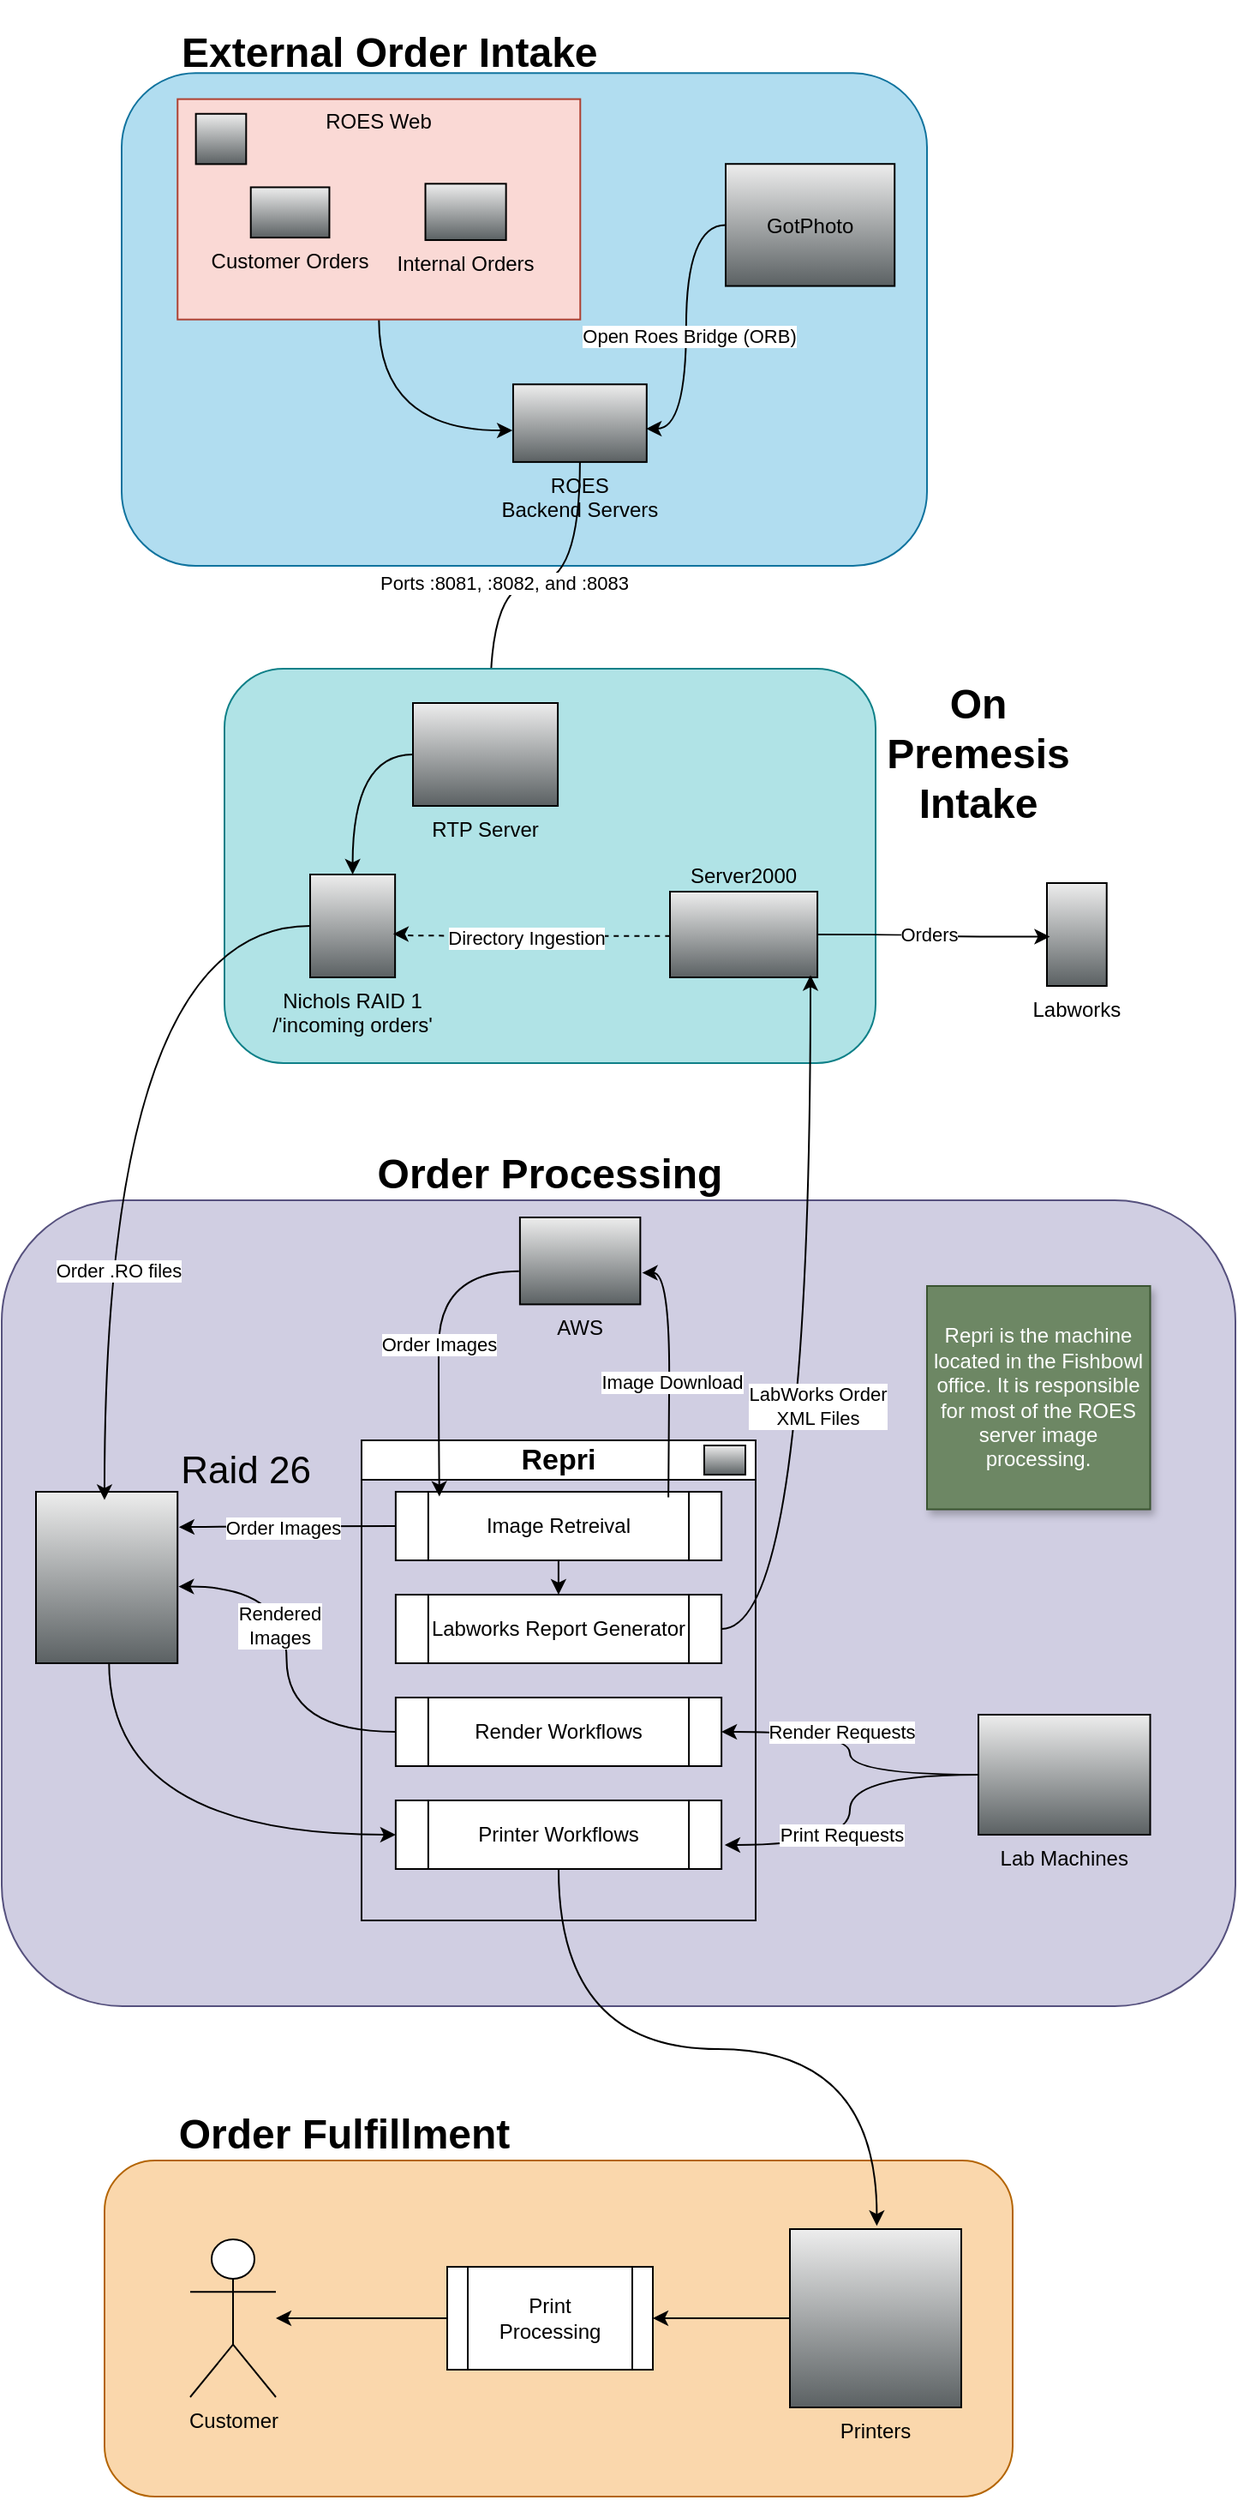
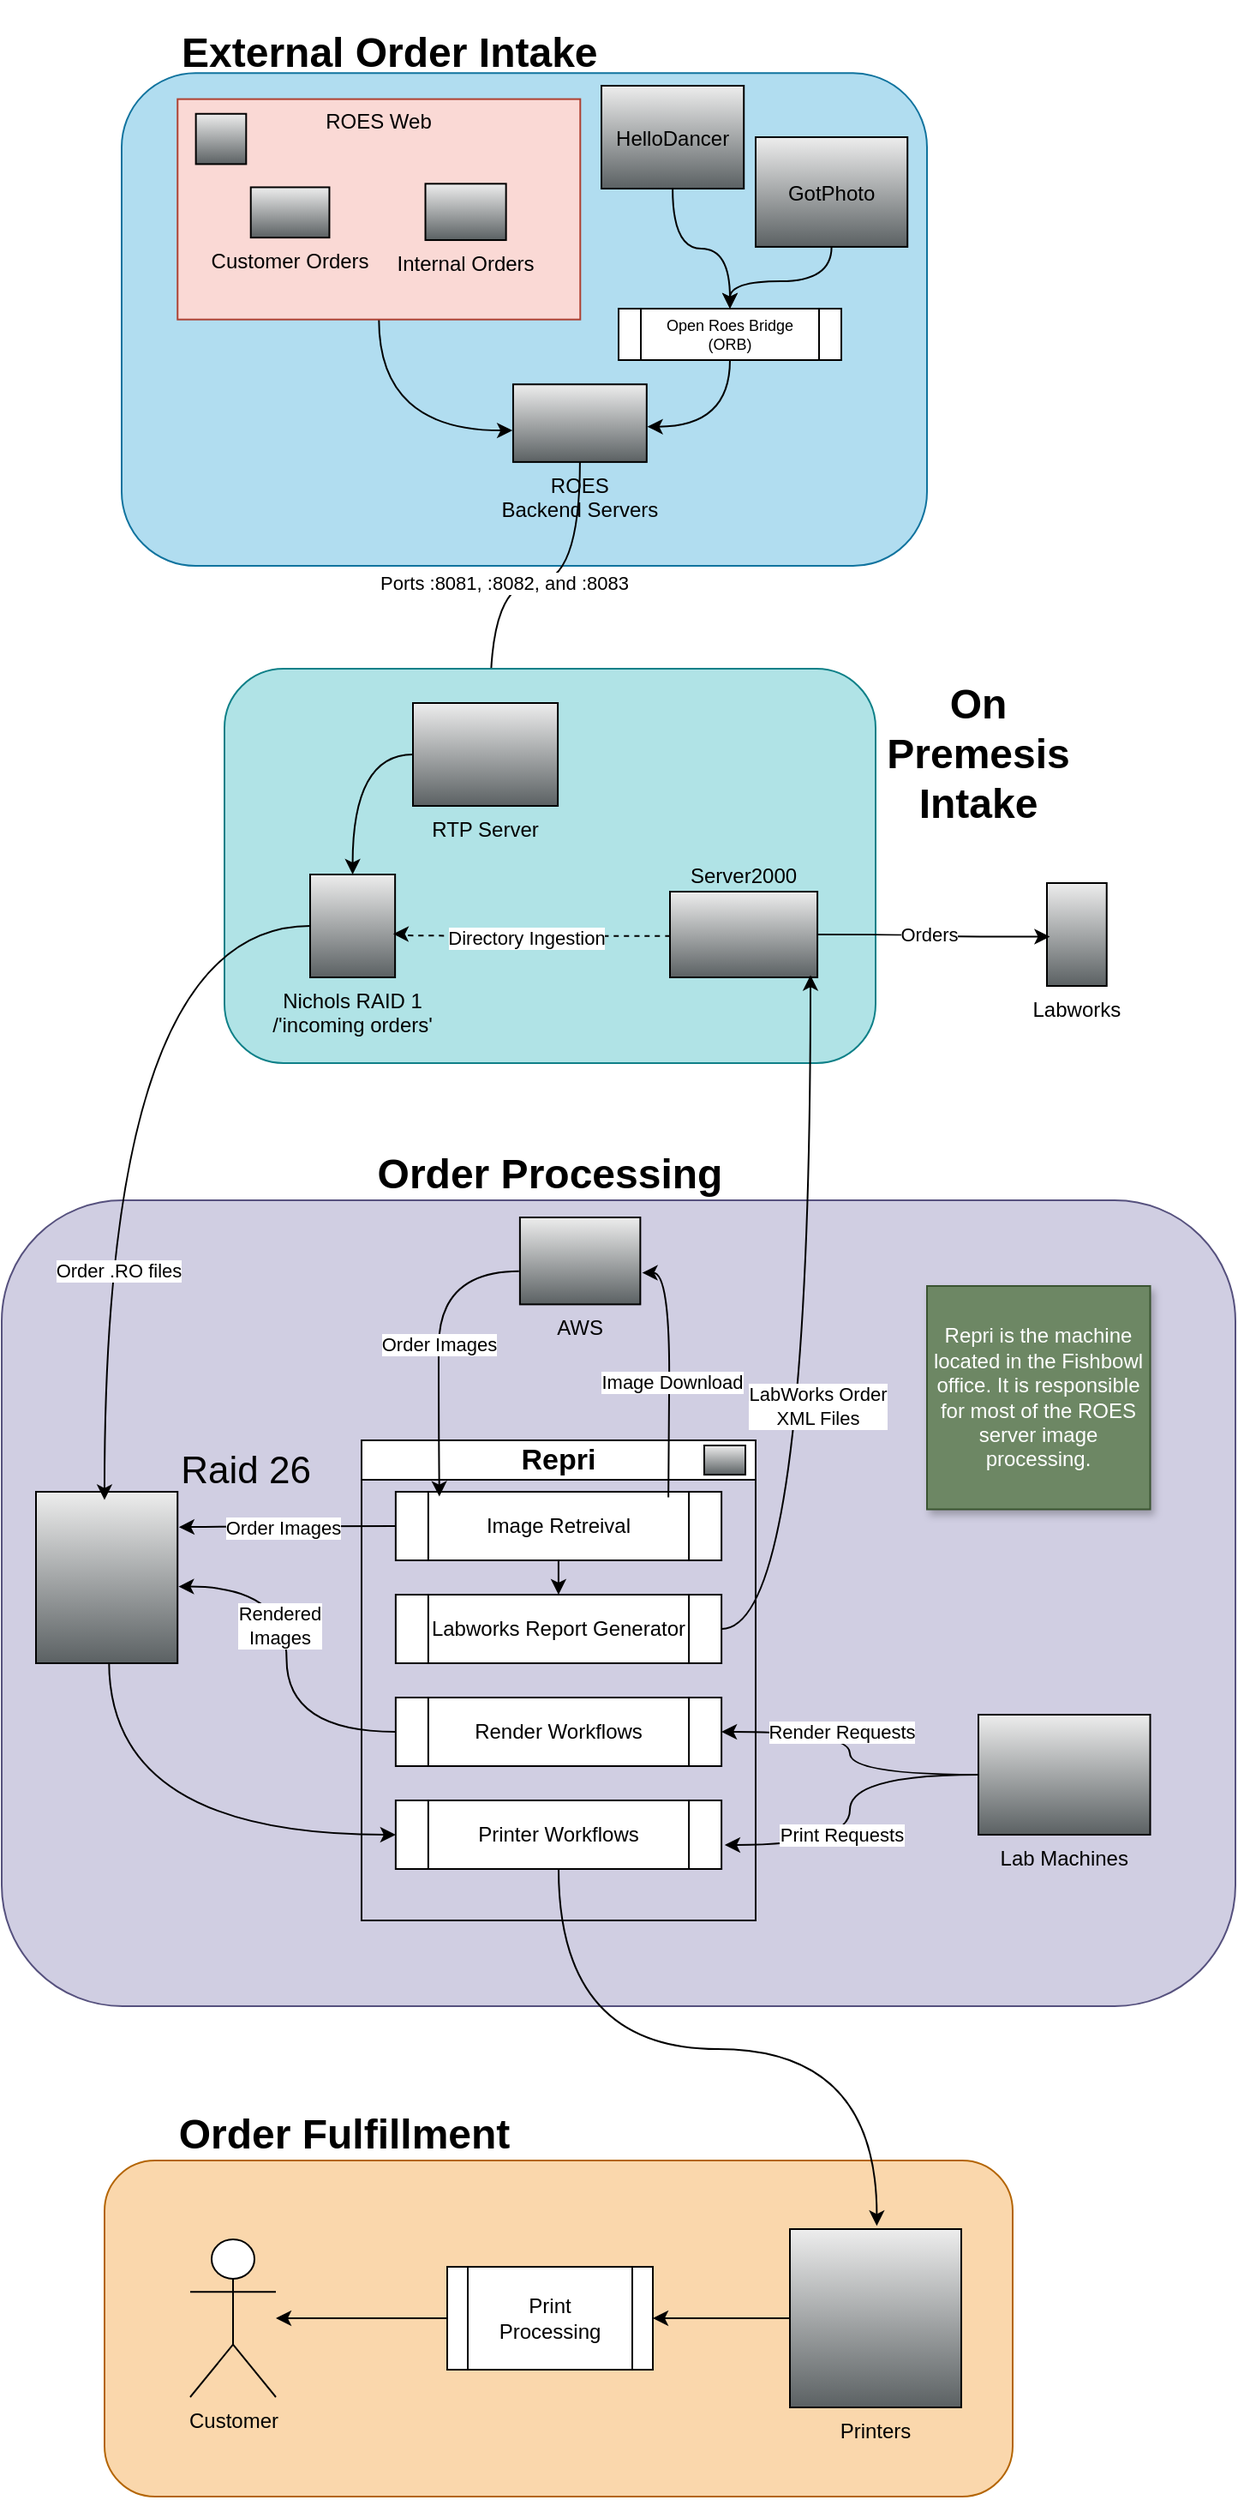
<mxfile host="app.diagrams.net">
  <diagram name="External Order Intake" id="xOiFyvTx0ugd0xP541Ys">
-     <mxGraphModel dx="2732" dy="1594" grid="1" gridSize="10" guides="1" tooltips="1" connect="1" arrows="1" fold="1" page="1" pageScale="1" pageWidth="850" pageHeight="1100" math="0" shadow="0">
+     <mxGraphModel dx="781" dy="455" grid="1" gridSize="10" guides="1" tooltips="1" connect="1" arrows="1" fold="1" page="1" pageScale="1" pageWidth="850" pageHeight="1100" math="0" shadow="0">
      <root>
        <mxCell id="0" />
        <mxCell id="1" parent="0" />
        <mxCell id="Abbv7D0ucnFepgTgGXwM-46" connectable="0" parent="1" style="group" value="" vertex="1">
          <mxGeometry height="310" width="470" x="160" y="40" as="geometry" />
        </mxCell>
        <mxCell id="Abbv7D0ucnFepgTgGXwM-2" parent="Abbv7D0ucnFepgTgGXwM-46" style="rounded=1;whiteSpace=wrap;html=1;fillColor=#b1ddf0;strokeColor=#10739e;" value="" vertex="1">
          <mxGeometry height="287.3170731707317" width="470.00000000000006" y="22.682926829268293" as="geometry" />
        </mxCell>
        <mxCell id="uFVznFZ-sdEEhWdo_pJ7-23" parent="Abbv7D0ucnFepgTgGXwM-46" style="shape=mxgraph.networks2.icon;aspect=fixed;fillColor=#EDEDED;strokeColor=#000000;gradientColor=#5B6163;network2IconShadow=1;network2bgFillColor=none;labelPosition=center;verticalLabelPosition=middle;align=center;verticalAlign=middle;network2Icon=mxgraph.networks2.cloud;network2IconYOffset=-0.08;network2IconW=1.0004;network2IconH=0.7222;" value="GotPhoto" vertex="1">
-           <mxGeometry height="71.18410700236036" width="98.6029307631786" x="352.5" y="75.60975609756099" as="geometry" />
+           <mxGeometry height="63.96" width="88.6" x="370" y="60" as="geometry" />
        </mxCell>
        <mxCell id="uFVznFZ-sdEEhWdo_pJ7-26" parent="Abbv7D0ucnFepgTgGXwM-46" style="fillColorStyles=neutralFill;neutralFill=#9DA6A8;shape=mxgraph.networks2.icon;aspect=fixed;fillColor=#EDEDED;strokeColor=#000000;gradientColor=#5B6163;network2IconShadow=1;network2bgFillColor=none;labelPosition=center;verticalLabelPosition=bottom;align=center;verticalAlign=top;network2Icon=mxgraph.networks2.server;network2IconW=1.0001;network2IconH=0.5812;" value="ROES&#xa;Backend Servers" vertex="1">
          <mxGeometry height="45.29897718332022" width="77.94659716758459" x="228.46569444444447" y="204.14634146341464" as="geometry" />
        </mxCell>
        <mxCell id="uFVznFZ-sdEEhWdo_pJ7-27" edge="1" parent="Abbv7D0ucnFepgTgGXwM-46" source="uFVznFZ-sdEEhWdo_pJ7-12" style="edgeStyle=orthogonalEdgeStyle;curved=1;rounded=0;orthogonalLoop=1;jettySize=auto;html=1;exitX=0.5;exitY=1;exitDx=0;exitDy=0;entryX=-0.005;entryY=0.594;entryDx=0;entryDy=0;entryPerimeter=0;" target="uFVznFZ-sdEEhWdo_pJ7-26">
          <mxGeometry relative="1" as="geometry" />
        </mxCell>
-         <mxCell id="uFVznFZ-sdEEhWdo_pJ7-28" edge="1" parent="Abbv7D0ucnFepgTgGXwM-46" source="uFVznFZ-sdEEhWdo_pJ7-23" style="edgeStyle=orthogonalEdgeStyle;curved=1;rounded=0;orthogonalLoop=1;jettySize=auto;html=1;entryX=0.996;entryY=0.571;entryDx=0;entryDy=0;entryPerimeter=0;" target="uFVznFZ-sdEEhWdo_pJ7-26">
-           <mxGeometry relative="1" as="geometry" />
-         </mxCell>
-         <mxCell id="Abbv7D0ucnFepgTgGXwM-47" connectable="0" parent="uFVznFZ-sdEEhWdo_pJ7-28" style="edgeLabel;html=1;align=center;verticalAlign=middle;resizable=0;points=[];" value="Open Roes Bridge (ORB)" vertex="1">
-           <mxGeometry relative="1" x="0.0605" y="1" as="geometry">
-             <mxPoint as="offset" />
-           </mxGeometry>
-         </mxCell>
        <mxCell id="Abbv7D0ucnFepgTgGXwM-3" parent="Abbv7D0ucnFepgTgGXwM-46" style="text;html=1;whiteSpace=wrap;strokeColor=none;fillColor=none;align=left;verticalAlign=middle;rounded=0;" value="&lt;h1&gt;External Order Intake&lt;/h1&gt;" vertex="1">
          <mxGeometry height="22.68" width="407.36" x="32.64" as="geometry" />
        </mxCell>
        <mxCell id="Abbv7D0ucnFepgTgGXwM-45" connectable="0" parent="Abbv7D0ucnFepgTgGXwM-46" style="group;" value="" vertex="1">
          <mxGeometry height="128.53658536585368" width="235.00000000000003" x="32.63888888888889" y="37.804878048780495" as="geometry" />
        </mxCell>
        <mxCell id="uFVznFZ-sdEEhWdo_pJ7-12" parent="Abbv7D0ucnFepgTgGXwM-45" style="rounded=0;whiteSpace=wrap;html=1;fillColor=#fad9d5;strokeColor=#ae4132;" value="" vertex="1">
          <mxGeometry height="128.53658536585368" width="235.00000000000003" as="geometry" />
        </mxCell>
        <mxCell id="uFVznFZ-sdEEhWdo_pJ7-13" parent="Abbv7D0ucnFepgTgGXwM-45" style="shape=mxgraph.networks2.icon;aspect=fixed;fillColor=#EDEDED;strokeColor=#000000;gradientColor=#5B6163;network2IconShadow=1;network2bgFillColor=none;labelPosition=center;verticalLabelPosition=bottom;align=center;verticalAlign=top;network2Icon=mxgraph.networks2.globe;network2IconW=1;network2IconH=1;" value="" vertex="1">
          <mxGeometry height="29.33648046157881" width="29.33648046157881" x="10.681818181818182" y="8.56910569105691" as="geometry" />
        </mxCell>
        <mxCell id="uFVznFZ-sdEEhWdo_pJ7-14" parent="Abbv7D0ucnFepgTgGXwM-45" style="shape=mxgraph.networks2.icon;aspect=fixed;fillColor=#EDEDED;strokeColor=#000000;gradientColor=#5B6163;network2IconShadow=1;network2bgFillColor=none;labelPosition=center;verticalLabelPosition=bottom;align=center;verticalAlign=top;network2Icon=mxgraph.networks2.users;network2IconXOffset=0.0019;network2IconYOffset=-0.0004;network2IconW=1.0353;network2IconH=0.6623;" value="Customer Orders" vertex="1">
          <mxGeometry height="29.33648046157881" width="45.86025308156307" x="42.72727272727273" y="51.41463414634146" as="geometry" />
        </mxCell>
        <mxCell id="uFVznFZ-sdEEhWdo_pJ7-15" parent="Abbv7D0ucnFepgTgGXwM-45" style="shape=mxgraph.networks2.icon;aspect=fixed;fillColor=#EDEDED;strokeColor=#000000;gradientColor=#5B6163;network2IconShadow=1;network2bgFillColor=none;labelPosition=center;verticalLabelPosition=bottom;align=center;verticalAlign=top;network2Icon=mxgraph.networks2.lan;network2IconYOffset=0.0558;network2IconW=1.0834;network2IconH=0.7564;" value="Internal Orders" vertex="1">
          <mxGeometry height="32.85685811696826" width="47.0630487804878" x="144.61949300699303" y="49.35804878048783" as="geometry" />
        </mxCell>
        <mxCell id="uFVznFZ-sdEEhWdo_pJ7-25" parent="Abbv7D0ucnFepgTgGXwM-45" style="text;html=1;whiteSpace=wrap;strokeColor=none;fillColor=none;align=center;verticalAlign=middle;rounded=0;" value="ROES Web" vertex="1">
          <mxGeometry height="25.70731707317073" width="72.3076923076923" x="81.34615384615385" as="geometry" />
+         </mxCell>
+         <mxCell id="jQCsffpuLkgTT5c4SlJs-1" parent="Abbv7D0ucnFepgTgGXwM-46" style="shape=mxgraph.networks2.icon;aspect=fixed;fillColor=#EDEDED;strokeColor=#000000;gradientColor=#5B6163;network2IconShadow=1;network2bgFillColor=none;labelPosition=center;verticalLabelPosition=middle;align=center;verticalAlign=middle;network2Icon=mxgraph.networks2.cloud;network2IconYOffset=-0.08;network2IconW=1.0004;network2IconH=0.7222;" value="HelloDancer" vertex="1">
+           <mxGeometry height="60" width="83.11" x="280" y="30" as="geometry" />
        </mxCell>
        <mxCell id="Abbv7D0ucnFepgTgGXwM-59" edge="1" parent="1" source="uFVznFZ-sdEEhWdo_pJ7-26" style="edgeStyle=orthogonalEdgeStyle;curved=1;rounded=0;orthogonalLoop=1;jettySize=auto;html=1;entryX=0.535;entryY=0.039;entryDx=0;entryDy=0;entryPerimeter=0;" target="Abbv7D0ucnFepgTgGXwM-48">
          <mxGeometry relative="1" as="geometry" />
        </mxCell>
        <mxCell id="Abbv7D0ucnFepgTgGXwM-60" connectable="0" parent="Abbv7D0ucnFepgTgGXwM-59" style="edgeLabel;html=1;align=center;verticalAlign=middle;resizable=0;points=[];" value="Ports :8081, :8082, and :8083" vertex="1">
          <mxGeometry relative="1" x="0.1735" as="geometry">
            <mxPoint as="offset" />
          </mxGeometry>
        </mxCell>
        <mxCell id="Abbv7D0ucnFepgTgGXwM-63" connectable="0" parent="1" style="group;labelPosition=center;verticalLabelPosition=bottom;align=center;verticalAlign=top;" value=" " vertex="1">
          <mxGeometry height="230" width="514.8699999999999" x="220" y="410" as="geometry" />
        </mxCell>
        <mxCell id="Abbv7D0ucnFepgTgGXwM-58" parent="Abbv7D0ucnFepgTgGXwM-63" style="rounded=1;whiteSpace=wrap;html=1;fillColor=#b0e3e6;strokeColor=#0e8088;" value=" " vertex="1">
          <mxGeometry height="230" width="380" as="geometry" />
        </mxCell>
        <mxCell id="Abbv7D0ucnFepgTgGXwM-61" edge="1" parent="Abbv7D0ucnFepgTgGXwM-63" source="Abbv7D0ucnFepgTgGXwM-48" style="edgeStyle=orthogonalEdgeStyle;curved=1;rounded=0;orthogonalLoop=1;jettySize=auto;html=1;" target="Abbv7D0ucnFepgTgGXwM-49">
          <mxGeometry relative="1" as="geometry" />
        </mxCell>
        <mxCell id="Abbv7D0ucnFepgTgGXwM-48" parent="Abbv7D0ucnFepgTgGXwM-63" style="shape=mxgraph.networks2.icon;aspect=fixed;fillColor=#EDEDED;strokeColor=#000000;gradientColor=#5B6163;network2IconShadow=1;network2bgFillColor=none;labelPosition=center;verticalLabelPosition=bottom;align=center;verticalAlign=top;network2Icon=mxgraph.networks2.pc;network2IconYOffset=-0.0593;network2IconW=0.9999;network2IconH=0.7096;" value="RTP Server" vertex="1">
          <mxGeometry height="60" width="84.55" x="110" y="20" as="geometry" />
        </mxCell>
        <mxCell id="Abbv7D0ucnFepgTgGXwM-49" parent="Abbv7D0ucnFepgTgGXwM-63" style="shape=mxgraph.networks2.icon;aspect=fixed;fillColor=#EDEDED;strokeColor=#000000;gradientColor=#5B6163;network2IconShadow=1;network2bgFillColor=none;labelPosition=center;verticalLabelPosition=bottom;align=center;verticalAlign=top;network2Icon=mxgraph.networks2.data_storage;network2IconW=0.8252;network2IconH=0.9989;" value="Nichols RAID 1&#xa;/&#39;incoming orders&#39;" vertex="1">
          <mxGeometry height="60" width="49.57" x="50" y="120" as="geometry" />
        </mxCell>
        <mxCell id="Abbv7D0ucnFepgTgGXwM-50" parent="Abbv7D0ucnFepgTgGXwM-63" style="fillColorStyles=neutralFill;neutralFill=#9DA6A8;shape=mxgraph.networks2.icon;aspect=fixed;fillColor=#EDEDED;strokeColor=#000000;gradientColor=#5B6163;network2IconShadow=1;network2bgFillColor=none;labelPosition=center;verticalLabelPosition=top;align=center;verticalAlign=bottom;network2Icon=mxgraph.networks2.server;network2IconW=1.0001;network2IconH=0.5812;" value="Server2000" vertex="1">
          <mxGeometry height="50" width="86.04" x="260" y="130" as="geometry" />
        </mxCell>
        <mxCell id="Abbv7D0ucnFepgTgGXwM-53" edge="1" parent="Abbv7D0ucnFepgTgGXwM-63" source="Abbv7D0ucnFepgTgGXwM-50" style="edgeStyle=orthogonalEdgeStyle;curved=1;rounded=0;orthogonalLoop=1;jettySize=auto;html=1;entryX=0.968;entryY=0.578;entryDx=0;entryDy=0;entryPerimeter=0;startArrow=none;startFill=0;dashed=1;exitX=0.003;exitY=0.518;exitDx=0;exitDy=0;exitPerimeter=0;" value=" ">
          <mxGeometry relative="1" as="geometry">
            <Array as="points">
              <mxPoint x="100" y="156" />
              <mxPoint x="100" y="155" />
            </Array>
            <mxPoint x="259.9998" y="157.5" as="sourcePoint" />
            <mxPoint x="98.41376000000008" y="154.68000000000006" as="targetPoint" />
          </mxGeometry>
        </mxCell>
        <mxCell id="Abbv7D0ucnFepgTgGXwM-57" connectable="0" parent="Abbv7D0ucnFepgTgGXwM-53" style="edgeLabel;html=1;align=center;verticalAlign=middle;resizable=0;points=[];" value="Directory Ingestion" vertex="1">
          <mxGeometry relative="1" x="0.0378" y="1" as="geometry">
            <mxPoint as="offset" />
          </mxGeometry>
        </mxCell>
        <mxCell id="Abbv7D0ucnFepgTgGXwM-62" parent="Abbv7D0ucnFepgTgGXwM-63" style="text;html=1;whiteSpace=wrap;strokeColor=none;fillColor=none;align=center;verticalAlign=middle;rounded=0;" value="&lt;h1&gt;On Premesis Intake&lt;/h1&gt;" vertex="1">
          <mxGeometry height="80" width="120" x="380" y="10" as="geometry" />
        </mxCell>
        <mxCell id="Abbv7D0ucnFepgTgGXwM-96" parent="Abbv7D0ucnFepgTgGXwM-63" style="shape=mxgraph.networks2.icon;aspect=fixed;fillColor=#EDEDED;strokeColor=#000000;gradientColor=#5B6163;network2IconShadow=1;network2bgFillColor=none;labelPosition=center;verticalLabelPosition=bottom;align=center;verticalAlign=top;network2Icon=mxgraph.networks2.application;network2IconXOffset=0.0048;network2IconYOffset=-0.0000;network2IconW=0.5927;network2IconH=1.02;" value="Labworks" vertex="1">
          <mxGeometry height="60" width="34.87" x="479.9999999999999" y="125" as="geometry" />
        </mxCell>
        <mxCell id="Abbv7D0ucnFepgTgGXwM-114" edge="1" parent="Abbv7D0ucnFepgTgGXwM-63" source="Abbv7D0ucnFepgTgGXwM-50" style="edgeStyle=orthogonalEdgeStyle;curved=1;rounded=0;orthogonalLoop=1;jettySize=auto;html=1;entryX=0.049;entryY=0.521;entryDx=0;entryDy=0;entryPerimeter=0;" target="Abbv7D0ucnFepgTgGXwM-96">
          <mxGeometry relative="1" as="geometry" />
        </mxCell>
        <mxCell id="Abbv7D0ucnFepgTgGXwM-115" connectable="0" parent="Abbv7D0ucnFepgTgGXwM-114" style="edgeLabel;html=1;align=center;verticalAlign=middle;resizable=0;points=[];" value="Orders" vertex="1">
          <mxGeometry relative="1" x="-0.2199" y="-7" as="geometry">
            <mxPoint x="11" y="-7" as="offset" />
          </mxGeometry>
        </mxCell>
        <mxCell id="Abbv7D0ucnFepgTgGXwM-144" connectable="0" parent="1" style="group" value="" vertex="1">
          <mxGeometry height="500" width="720" x="90" y="690" as="geometry" />
        </mxCell>
        <mxCell id="Abbv7D0ucnFepgTgGXwM-132" parent="Abbv7D0ucnFepgTgGXwM-144" style="rounded=1;whiteSpace=wrap;html=1;fillColor=#d0cee2;strokeColor=#56517e;" value=" " vertex="1">
          <mxGeometry height="470" width="720" y="30" as="geometry" />
        </mxCell>
        <mxCell id="Abbv7D0ucnFepgTgGXwM-123" edge="1" parent="Abbv7D0ucnFepgTgGXwM-144" source="Abbv7D0ucnFepgTgGXwM-55" style="edgeStyle=orthogonalEdgeStyle;curved=1;rounded=0;orthogonalLoop=1;jettySize=auto;html=1;entryX=0;entryY=0.5;entryDx=0;entryDy=0;exitX=0.516;exitY=0.991;exitDx=0;exitDy=0;exitPerimeter=0;" target="Abbv7D0ucnFepgTgGXwM-87">
          <mxGeometry relative="1" as="geometry" />
        </mxCell>
        <mxCell id="Abbv7D0ucnFepgTgGXwM-124" connectable="0" parent="Abbv7D0ucnFepgTgGXwM-123" style="edgeLabel;html=1;align=center;verticalAlign=middle;resizable=0;points=[];" value=" " vertex="1">
          <mxGeometry relative="1" x="-0.5108" y="29" as="geometry">
            <mxPoint as="offset" />
          </mxGeometry>
        </mxCell>
        <mxCell id="Abbv7D0ucnFepgTgGXwM-55" parent="Abbv7D0ucnFepgTgGXwM-144" style="shape=mxgraph.networks2.icon;aspect=fixed;fillColor=#EDEDED;strokeColor=#000000;gradientColor=#5B6163;network2IconShadow=1;network2bgFillColor=none;labelPosition=right;verticalLabelPosition=top;align=left;verticalAlign=bottom;network2Icon=mxgraph.networks2.data_storage;network2IconW=0.8252;network2IconH=0.9989;fontSize=22;" value="Raid 26" vertex="1">
          <mxGeometry height="100" width="82.61" x="20" y="200" as="geometry" />
        </mxCell>
        <mxCell id="Abbv7D0ucnFepgTgGXwM-125" edge="1" parent="Abbv7D0ucnFepgTgGXwM-144" source="Abbv7D0ucnFepgTgGXwM-65" style="edgeStyle=orthogonalEdgeStyle;curved=1;rounded=0;orthogonalLoop=1;jettySize=auto;html=1;entryX=1;entryY=0.5;entryDx=0;entryDy=0;" target="Abbv7D0ucnFepgTgGXwM-70">
          <mxGeometry relative="1" as="geometry" />
        </mxCell>
        <mxCell id="Abbv7D0ucnFepgTgGXwM-127" connectable="0" parent="Abbv7D0ucnFepgTgGXwM-125" style="edgeLabel;html=1;align=center;verticalAlign=middle;resizable=0;points=[];" value="Render Requests" vertex="1">
          <mxGeometry relative="1" x="0.4996" y="2" as="geometry">
            <mxPoint x="26" y="-2" as="offset" />
          </mxGeometry>
        </mxCell>
        <mxCell id="Abbv7D0ucnFepgTgGXwM-65" parent="Abbv7D0ucnFepgTgGXwM-144" style="shape=mxgraph.networks2.icon;aspect=fixed;fillColor=#EDEDED;strokeColor=#000000;gradientColor=#5B6163;network2IconShadow=1;network2bgFillColor=none;labelPosition=center;verticalLabelPosition=bottom;align=center;verticalAlign=top;network2Icon=mxgraph.networks2.lan;network2IconYOffset=0.0558;network2IconW=1.0834;network2IconH=0.7564;" value="Lab Machines" vertex="1">
          <mxGeometry height="70" width="100.26" x="570" y="330" as="geometry" />
        </mxCell>
        <mxCell id="Abbv7D0ucnFepgTgGXwM-67" parent="Abbv7D0ucnFepgTgGXwM-144" style="shape=mxgraph.networks2.icon;aspect=fixed;fillColor=#EDEDED;strokeColor=#000000;gradientColor=#5B6163;network2IconShadow=1;network2bgFillColor=none;labelPosition=center;verticalLabelPosition=bottom;align=center;verticalAlign=top;network2Icon=mxgraph.networks2.cloud;network2IconYOffset=-0.08;network2IconW=1.0004;network2IconH=0.7222;" value="AWS" vertex="1">
          <mxGeometry height="50.71" width="70.24" x="302.44" y="40" as="geometry" />
        </mxCell>
        <mxCell id="Abbv7D0ucnFepgTgGXwM-68" parent="Abbv7D0ucnFepgTgGXwM-144" style="swimlane;whiteSpace=wrap;html=1;align=center;fontSize=17;" value="&lt;div align=&quot;center&quot;&gt;Repri&lt;/div&gt;" vertex="1">
          <mxGeometry height="280" width="230" x="210" y="170" as="geometry">
            <mxRectangle height="30" width="140" x="105.12" y="1050" as="alternateBounds" />
          </mxGeometry>
        </mxCell>
        <mxCell id="Abbv7D0ucnFepgTgGXwM-66" parent="Abbv7D0ucnFepgTgGXwM-68" style="shape=mxgraph.networks2.icon;aspect=fixed;fillColor=#EDEDED;strokeColor=#000000;gradientColor=#5B6163;network2IconShadow=1;network2bgFillColor=none;labelPosition=center;verticalLabelPosition=bottom;align=center;verticalAlign=top;network2Icon=mxgraph.networks2.pc;network2IconYOffset=-0.0593;network2IconW=0.9999;network2IconH=0.7096;" value=" " vertex="1">
          <mxGeometry height="17.03" width="24" x="200" y="3" as="geometry" />
        </mxCell>
        <mxCell id="Abbv7D0ucnFepgTgGXwM-79" edge="1" parent="Abbv7D0ucnFepgTgGXwM-68" source="Abbv7D0ucnFepgTgGXwM-69" style="edgeStyle=orthogonalEdgeStyle;curved=1;rounded=0;orthogonalLoop=1;jettySize=auto;html=1;entryX=0.5;entryY=0;entryDx=0;entryDy=0;" target="Abbv7D0ucnFepgTgGXwM-78">
          <mxGeometry relative="1" as="geometry" />
        </mxCell>
        <mxCell id="Abbv7D0ucnFepgTgGXwM-69" parent="Abbv7D0ucnFepgTgGXwM-68" style="shape=process;whiteSpace=wrap;html=1;backgroundOutline=1;" value="Image Retreival" vertex="1">
          <mxGeometry height="40" width="190.12" x="19.94" y="30" as="geometry" />
        </mxCell>
        <mxCell id="Abbv7D0ucnFepgTgGXwM-70" parent="Abbv7D0ucnFepgTgGXwM-68" style="shape=process;whiteSpace=wrap;html=1;backgroundOutline=1;" value="Render Workflows" vertex="1">
          <mxGeometry height="40" width="190.12" x="19.939999999999998" y="150" as="geometry" />
        </mxCell>
        <mxCell id="Abbv7D0ucnFepgTgGXwM-78" parent="Abbv7D0ucnFepgTgGXwM-68" style="shape=process;whiteSpace=wrap;html=1;backgroundOutline=1;" value="Labworks Report Generator" vertex="1">
          <mxGeometry height="40" width="190.12" x="19.939999999999998" y="90" as="geometry" />
        </mxCell>
        <mxCell id="Abbv7D0ucnFepgTgGXwM-87" parent="Abbv7D0ucnFepgTgGXwM-68" style="shape=process;whiteSpace=wrap;html=1;backgroundOutline=1;" value="Printer Workflows" vertex="1">
          <mxGeometry height="40" width="190.12" x="19.939999999999998" y="210" as="geometry" />
        </mxCell>
        <mxCell id="Abbv7D0ucnFepgTgGXwM-71" edge="1" parent="Abbv7D0ucnFepgTgGXwM-144" source="Abbv7D0ucnFepgTgGXwM-69" style="edgeStyle=orthogonalEdgeStyle;curved=1;rounded=0;orthogonalLoop=1;jettySize=auto;html=1;entryX=1.016;entryY=0.637;entryDx=0;entryDy=0;entryPerimeter=0;exitX=0.837;exitY=0.082;exitDx=0;exitDy=0;exitPerimeter=0;" target="Abbv7D0ucnFepgTgGXwM-67">
          <mxGeometry relative="1" as="geometry">
            <Array as="points">
              <mxPoint x="389" y="200" />
              <mxPoint x="390" y="200" />
              <mxPoint x="390" y="72" />
            </Array>
            <mxPoint x="400" y="198" as="sourcePoint" />
          </mxGeometry>
        </mxCell>
        <mxCell id="Abbv7D0ucnFepgTgGXwM-72" connectable="0" parent="Abbv7D0ucnFepgTgGXwM-71" style="edgeLabel;html=1;align=center;verticalAlign=middle;resizable=0;points=[];" value="Image Download" vertex="1">
          <mxGeometry relative="1" x="-0.0797" y="-1" as="geometry">
            <mxPoint as="offset" />
          </mxGeometry>
        </mxCell>
        <mxCell id="Abbv7D0ucnFepgTgGXwM-73" edge="1" parent="Abbv7D0ucnFepgTgGXwM-144" source="Abbv7D0ucnFepgTgGXwM-67" style="edgeStyle=orthogonalEdgeStyle;curved=1;rounded=0;orthogonalLoop=1;jettySize=auto;html=1;entryX=0.134;entryY=0.07;entryDx=0;entryDy=0;entryPerimeter=0;exitX=-0.008;exitY=0.619;exitDx=0;exitDy=0;exitPerimeter=0;" target="Abbv7D0ucnFepgTgGXwM-69">
          <mxGeometry relative="1" as="geometry">
            <Array as="points">
              <mxPoint x="255" y="71" />
              <mxPoint x="255" y="160" />
            </Array>
          </mxGeometry>
        </mxCell>
        <mxCell id="Abbv7D0ucnFepgTgGXwM-74" connectable="0" parent="Abbv7D0ucnFepgTgGXwM-73" style="edgeLabel;html=1;align=center;verticalAlign=middle;resizable=0;points=[];" value="Order Images" vertex="1">
          <mxGeometry relative="1" x="0.0052" as="geometry">
            <mxPoint as="offset" />
          </mxGeometry>
        </mxCell>
        <mxCell id="Abbv7D0ucnFepgTgGXwM-118" edge="1" parent="Abbv7D0ucnFepgTgGXwM-144" source="Abbv7D0ucnFepgTgGXwM-69" style="edgeStyle=orthogonalEdgeStyle;curved=1;rounded=0;orthogonalLoop=1;jettySize=auto;html=1;entryX=1.01;entryY=0.206;entryDx=0;entryDy=0;entryPerimeter=0;" target="Abbv7D0ucnFepgTgGXwM-55">
          <mxGeometry relative="1" as="geometry" />
        </mxCell>
        <mxCell id="Abbv7D0ucnFepgTgGXwM-120" connectable="0" parent="Abbv7D0ucnFepgTgGXwM-118" style="edgeLabel;html=1;align=center;verticalAlign=middle;resizable=0;points=[];" value="Order Images" vertex="1">
          <mxGeometry relative="1" x="0.0556" as="geometry">
            <mxPoint as="offset" />
          </mxGeometry>
        </mxCell>
        <mxCell id="Abbv7D0ucnFepgTgGXwM-121" edge="1" parent="Abbv7D0ucnFepgTgGXwM-144" source="Abbv7D0ucnFepgTgGXwM-70" style="edgeStyle=orthogonalEdgeStyle;curved=1;rounded=0;orthogonalLoop=1;jettySize=auto;html=1;entryX=1.007;entryY=0.553;entryDx=0;entryDy=0;entryPerimeter=0;" target="Abbv7D0ucnFepgTgGXwM-55">
          <mxGeometry relative="1" as="geometry" />
        </mxCell>
        <mxCell id="Abbv7D0ucnFepgTgGXwM-122" connectable="0" parent="Abbv7D0ucnFepgTgGXwM-121" style="edgeLabel;html=1;align=center;verticalAlign=middle;resizable=0;points=[];" value="Rendered&lt;br&gt;Images" vertex="1">
          <mxGeometry relative="1" x="0.1933" y="5" as="geometry">
            <mxPoint as="offset" />
          </mxGeometry>
        </mxCell>
        <mxCell id="Abbv7D0ucnFepgTgGXwM-126" edge="1" parent="Abbv7D0ucnFepgTgGXwM-144" source="Abbv7D0ucnFepgTgGXwM-65" style="edgeStyle=orthogonalEdgeStyle;curved=1;rounded=0;orthogonalLoop=1;jettySize=auto;html=1;entryX=1.01;entryY=0.65;entryDx=0;entryDy=0;entryPerimeter=0;" target="Abbv7D0ucnFepgTgGXwM-87">
          <mxGeometry relative="1" as="geometry" />
        </mxCell>
        <mxCell id="Abbv7D0ucnFepgTgGXwM-128" connectable="0" parent="Abbv7D0ucnFepgTgGXwM-126" style="edgeLabel;html=1;align=center;verticalAlign=middle;resizable=0;points=[];" value="Print Requests" vertex="1">
          <mxGeometry relative="1" x="0.4408" y="-6" as="geometry">
            <mxPoint x="15" as="offset" />
          </mxGeometry>
        </mxCell>
        <mxCell id="Abbv7D0ucnFepgTgGXwM-143" parent="Abbv7D0ucnFepgTgGXwM-144" style="text;html=1;whiteSpace=wrap;strokeColor=none;fillColor=none;align=center;verticalAlign=middle;rounded=0;" value="&lt;h1&gt;Order Processing&lt;/h1&gt;" vertex="1">
          <mxGeometry height="30" width="320" x="160" as="geometry" />
        </mxCell>
        <mxCell id="aD-okcZOxhMRasSAFMCW-1" parent="Abbv7D0ucnFepgTgGXwM-144" style="whiteSpace=wrap;html=1;aspect=fixed;fillColor=#6d8764;fontColor=#ffffff;strokeColor=#3A5431;rounded=0;glass=0;shadow=1;" value="Repri is the machine located in the Fishbowl office. It is responsible for most of the ROES server image processing." vertex="1">
          <mxGeometry height="130.26" width="130.26" x="540" y="80" as="geometry" />
        </mxCell>
        <mxCell id="Abbv7D0ucnFepgTgGXwM-133" edge="1" parent="1" source="Abbv7D0ucnFepgTgGXwM-78" style="edgeStyle=orthogonalEdgeStyle;curved=1;rounded=0;orthogonalLoop=1;jettySize=auto;html=1;entryX=0.953;entryY=0.974;entryDx=0;entryDy=0;entryPerimeter=0;exitX=1;exitY=0.5;exitDx=0;exitDy=0;" target="Abbv7D0ucnFepgTgGXwM-50">
          <mxGeometry relative="1" as="geometry">
            <Array as="points">
              <mxPoint x="562" y="970" />
            </Array>
          </mxGeometry>
        </mxCell>
        <mxCell id="Abbv7D0ucnFepgTgGXwM-134" connectable="0" parent="Abbv7D0ucnFepgTgGXwM-133" style="edgeLabel;html=1;align=center;verticalAlign=middle;resizable=0;points=[];" value="&lt;div&gt;LabWorks Order&lt;/div&gt;&lt;div&gt;XML Files&lt;/div&gt;" vertex="1">
          <mxGeometry relative="1" x="0.2484" y="-1" as="geometry">
            <mxPoint x="3" y="88" as="offset" />
          </mxGeometry>
        </mxCell>
        <mxCell id="Abbv7D0ucnFepgTgGXwM-116" edge="1" parent="1" source="Abbv7D0ucnFepgTgGXwM-49" style="edgeStyle=orthogonalEdgeStyle;curved=1;rounded=0;orthogonalLoop=1;jettySize=auto;html=1;entryX=0.484;entryY=0.048;entryDx=0;entryDy=0;entryPerimeter=0;" target="Abbv7D0ucnFepgTgGXwM-55">
          <mxGeometry relative="1" as="geometry" />
        </mxCell>
        <mxCell id="Abbv7D0ucnFepgTgGXwM-117" connectable="0" parent="Abbv7D0ucnFepgTgGXwM-116" style="edgeLabel;html=1;align=center;verticalAlign=middle;resizable=0;points=[];" value="Order .RO files" vertex="1">
          <mxGeometry relative="1" x="0.4085" y="8" as="geometry">
            <mxPoint as="offset" />
          </mxGeometry>
        </mxCell>
        <mxCell id="Abbv7D0ucnFepgTgGXwM-147" connectable="0" parent="1" style="group" value=" " vertex="1">
          <mxGeometry height="226" width="530" x="150" y="1250" as="geometry" />
        </mxCell>
        <mxCell id="Abbv7D0ucnFepgTgGXwM-142" parent="Abbv7D0ucnFepgTgGXwM-147" style="rounded=1;whiteSpace=wrap;html=1;fillColor=#fad7ac;strokeColor=#b46504;" value="" vertex="1">
          <mxGeometry height="196" width="530" y="30" as="geometry" />
        </mxCell>
        <mxCell id="Abbv7D0ucnFepgTgGXwM-139" edge="1" parent="Abbv7D0ucnFepgTgGXwM-147" source="Abbv7D0ucnFepgTgGXwM-135" style="edgeStyle=orthogonalEdgeStyle;curved=1;rounded=0;orthogonalLoop=1;jettySize=auto;html=1;entryX=1;entryY=0.5;entryDx=0;entryDy=0;" target="Abbv7D0ucnFepgTgGXwM-137">
          <mxGeometry relative="1" as="geometry" />
        </mxCell>
        <mxCell id="Abbv7D0ucnFepgTgGXwM-135" parent="Abbv7D0ucnFepgTgGXwM-147" style="fillColorStyles=neutralFill;neutralFill=#9DA6A8;shape=mxgraph.networks2.icon;aspect=fixed;fillColor=#EDEDED;strokeColor=#000000;gradientColor=#5B6163;network2IconShadow=1;network2bgFillColor=none;labelPosition=center;verticalLabelPosition=bottom;align=center;verticalAlign=top;network2Icon=mxgraph.networks2.printer;network2IconW=1;network2IconH=1.04;" value="Printers" vertex="1">
          <mxGeometry height="104" width="100" x="400" y="70" as="geometry" />
        </mxCell>
        <mxCell id="Abbv7D0ucnFepgTgGXwM-140" edge="1" parent="Abbv7D0ucnFepgTgGXwM-147" source="Abbv7D0ucnFepgTgGXwM-137" style="edgeStyle=orthogonalEdgeStyle;curved=1;rounded=0;orthogonalLoop=1;jettySize=auto;html=1;" target="Abbv7D0ucnFepgTgGXwM-138">
          <mxGeometry relative="1" as="geometry" />
        </mxCell>
        <mxCell id="Abbv7D0ucnFepgTgGXwM-137" parent="Abbv7D0ucnFepgTgGXwM-147" style="shape=process;whiteSpace=wrap;html=1;backgroundOutline=1;" value="&lt;div&gt;Print&lt;/div&gt;&lt;div&gt;Processing&lt;/div&gt;" vertex="1">
          <mxGeometry height="60" width="120" x="200" y="92" as="geometry" />
        </mxCell>
        <mxCell id="Abbv7D0ucnFepgTgGXwM-138" parent="Abbv7D0ucnFepgTgGXwM-147" style="shape=umlActor;verticalLabelPosition=bottom;verticalAlign=top;html=1;outlineConnect=0;" value="Customer" vertex="1">
          <mxGeometry height="92" width="50" x="50" y="76" as="geometry" />
        </mxCell>
        <mxCell id="Abbv7D0ucnFepgTgGXwM-146" parent="Abbv7D0ucnFepgTgGXwM-147" style="text;html=1;whiteSpace=wrap;strokeColor=none;fillColor=none;align=center;verticalAlign=middle;rounded=0;" value="&lt;h1&gt;Order Fulfillment&lt;/h1&gt;" vertex="1">
          <mxGeometry height="30" width="220" x="30" as="geometry" />
        </mxCell>
        <mxCell id="Abbv7D0ucnFepgTgGXwM-136" edge="1" parent="1" source="Abbv7D0ucnFepgTgGXwM-87" style="edgeStyle=orthogonalEdgeStyle;curved=1;rounded=0;orthogonalLoop=1;jettySize=auto;html=1;entryX=0.507;entryY=-0.018;entryDx=0;entryDy=0;entryPerimeter=0;exitX=0.5;exitY=1;exitDx=0;exitDy=0;" target="Abbv7D0ucnFepgTgGXwM-135">
+           <mxGeometry relative="1" as="geometry" />
+         </mxCell>
+         <mxCell id="jQCsffpuLkgTT5c4SlJs-11" parent="1" style="shape=process;whiteSpace=wrap;html=1;backgroundOutline=1;fontSize=9;" value="&lt;div&gt;Open Roes Bridge&lt;/div&gt;&lt;div&gt;(ORB)&lt;/div&gt;" vertex="1">
+           <mxGeometry height="30" width="130" x="450" y="200" as="geometry" />
+         </mxCell>
+         <mxCell id="jQCsffpuLkgTT5c4SlJs-12" edge="1" parent="1" source="jQCsffpuLkgTT5c4SlJs-1" style="edgeStyle=orthogonalEdgeStyle;curved=1;rounded=0;orthogonalLoop=1;jettySize=auto;html=1;entryX=0.5;entryY=0;entryDx=0;entryDy=0;" target="jQCsffpuLkgTT5c4SlJs-11">
+           <mxGeometry relative="1" as="geometry" />
+         </mxCell>
+         <mxCell id="jQCsffpuLkgTT5c4SlJs-13" edge="1" parent="1" source="uFVznFZ-sdEEhWdo_pJ7-23" style="edgeStyle=orthogonalEdgeStyle;curved=1;rounded=0;orthogonalLoop=1;jettySize=auto;html=1;entryX=0.5;entryY=0;entryDx=0;entryDy=0;" target="jQCsffpuLkgTT5c4SlJs-11">
+           <mxGeometry relative="1" as="geometry" />
+         </mxCell>
+         <mxCell id="jQCsffpuLkgTT5c4SlJs-14" edge="1" parent="1" source="jQCsffpuLkgTT5c4SlJs-11" style="edgeStyle=orthogonalEdgeStyle;curved=1;rounded=0;orthogonalLoop=1;jettySize=auto;html=1;entryX=1.005;entryY=0.545;entryDx=0;entryDy=0;entryPerimeter=0;" target="uFVznFZ-sdEEhWdo_pJ7-26">
          <mxGeometry relative="1" as="geometry" />
        </mxCell>
      </root>
    </mxGraphModel>
  </diagram>
</mxfile>
